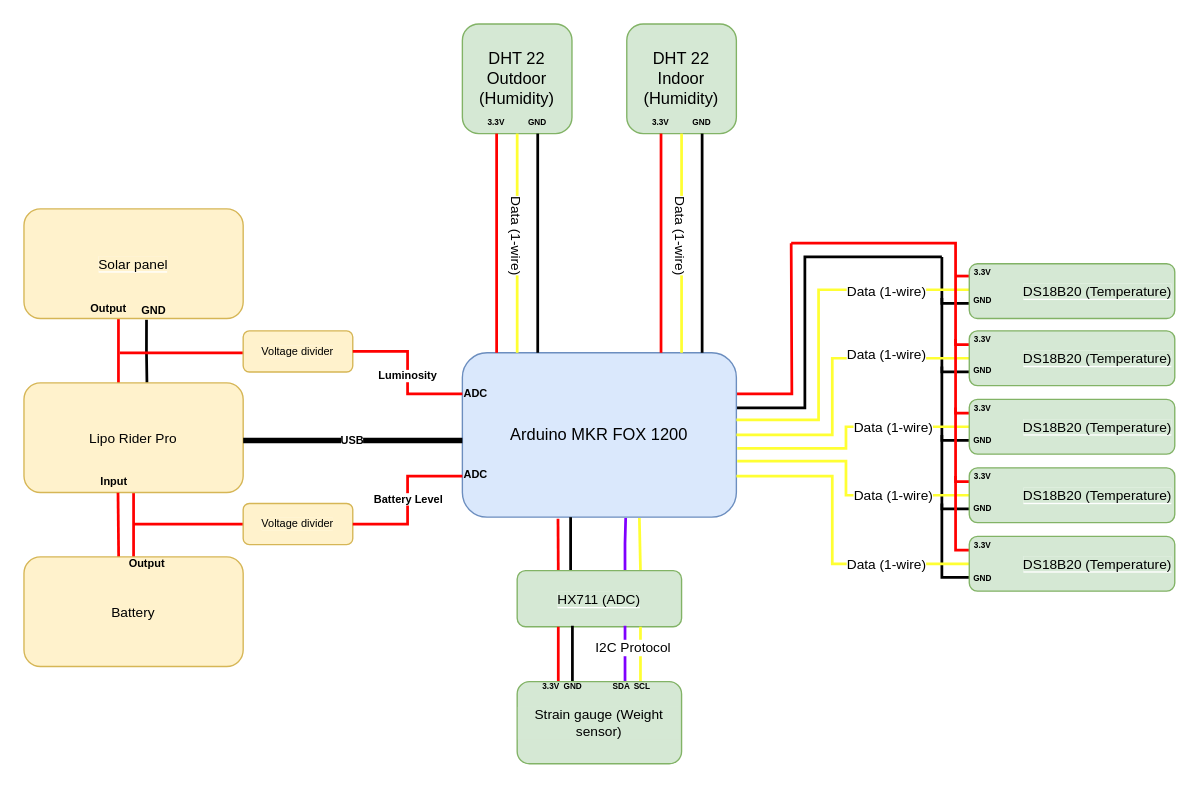
Earlier version of the draw.io diagram Documentation/Synoptique.drawio (Ithoh/OpenRucheDLCB). Source tidied: cells renumbered, new cells numbered last; positions are measured from the earlier drawing's top-left corner, leaving out a move shared by most shapes. Both pictures are drawn from the tidied source at 137%, with x=0, y=0 at pixel (23, 23).
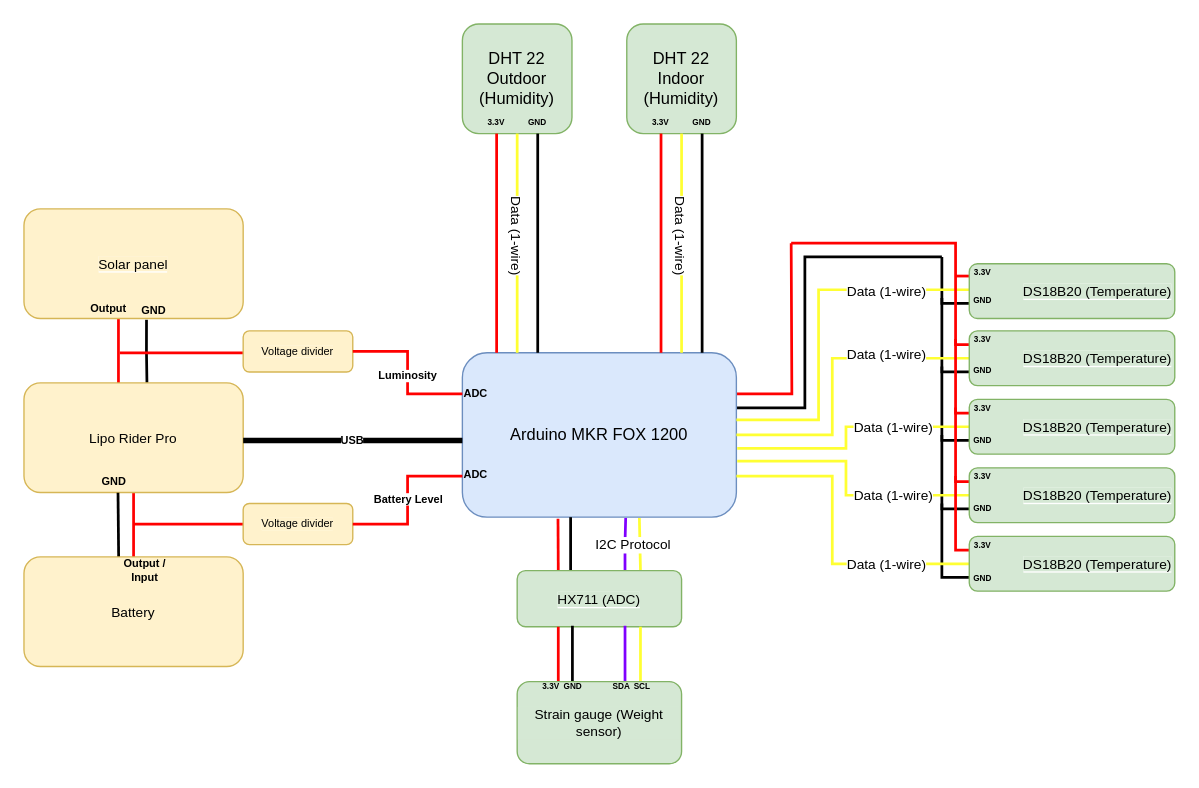
Above is the later version.

Commit message (it also covers changes not shown here):
V3 Updated some labels to fit more accurately

The change refers to these unchanged cells:
```xml
<mxCell id="74" value="Lipo Rider Pro" style="rounded=1;whiteSpace=wrap;html=1;labelBackgroundColor=#FFF2CC;fontSize=10;strokeColor=#d6b656;fillColor=#fff2cc;align=center;" parent="1" vertex="1">
  <mxGeometry y="262" width="160" height="80" as="geometry" />
</mxCell>
<mxCell id="76" value="Battery" style="rounded=1;whiteSpace=wrap;html=1;labelBackgroundColor=#FFF2CC;fontSize=10;strokeColor=#d6b656;fillColor=#fff2cc;align=center;" parent="1" vertex="1">
  <mxGeometry y="389" width="160" height="80" as="geometry" />
</mxCell>
```

What changed in the source:
```diff
@@
     <mxCell id="69" value="&lt;font style=&quot;font-size: 10px&quot;&gt;I2C Protocol&lt;/font&gt;" style="text;html=1;strokeColor=none;fillColor=none;align=center;verticalAlign=middle;whiteSpace=wrap;rounded=0;labelBackgroundColor=default;fontSize=6;fontColor=#000000;" parent="1" vertex="1">
-      <mxGeometry x="415" y="450" width="60" height="9" as="geometry" />
+      <mxGeometry x="415" y="375" width="60" height="9" as="geometry" />
     </mxCell>
@@
-    <mxCell id="75" style="edgeStyle=none;rounded=0;jettySize=auto;html=1;exitX=0.432;exitY=0.024;exitDx=0;exitDy=0;entryX=0.429;entryY=1.003;entryDx=0;entryDy=0;fontSize=8;fontColor=#000000;endArrow=none;endFill=0;strokeColor=#FF0000;strokeWidth=2;entryPerimeter=0;exitPerimeter=0;" parent="1" edge="1" source="76" target="74">
+    <mxCell id="75" style="edgeStyle=none;rounded=0;jettySize=auto;html=1;exitX=0.432;exitY=0.024;exitDx=0;exitDy=0;entryX=0.429;entryY=1.003;entryDx=0;entryDy=0;fontSize=8;fontColor=#000000;endArrow=none;endFill=0;strokeColor=#000000;strokeWidth=2;entryPerimeter=0;exitPerimeter=0;" parent="1" edge="1" source="76" target="74">
       <mxGeometry relative="1" as="geometry" />
     </mxCell>
@@
-    <mxCell id="86" value="Input" style="text;html=1;strokeColor=none;fillColor=none;align=center;verticalAlign=middle;whiteSpace=wrap;rounded=0;labelBackgroundColor=none;fontSize=8;fontColor=#000000;fontStyle=1;" parent="1" vertex="1">
+    <mxCell id="86" value="GND" style="text;html=1;strokeColor=none;fillColor=none;align=center;verticalAlign=middle;whiteSpace=wrap;rounded=0;labelBackgroundColor=none;fontSize=8;fontColor=#000000;fontStyle=1;" parent="1" vertex="1">
       <mxGeometry x="56" y="329" width="20" height="10" as="geometry" />
     </mxCell>
-    <mxCell id="87" value="Output" style="text;html=1;strokeColor=none;fillColor=none;align=center;verticalAlign=middle;whiteSpace=wrap;rounded=0;labelBackgroundColor=none;fontSize=8;fontColor=#000000;fontStyle=1;" parent="1" vertex="1">
-      <mxGeometry x="77" y="389" width="26" height="10" as="geometry" />
+    <mxCell id="87" value="Output / Input" style="text;html=1;strokeColor=none;fillColor=none;align=center;verticalAlign=middle;whiteSpace=wrap;rounded=0;labelBackgroundColor=none;fontSize=8;fontColor=#000000;fontStyle=1;" parent="1" vertex="1">
+      <mxGeometry x="72" y="394" width="33" height="10" as="geometry" />
     </mxCell>
```
